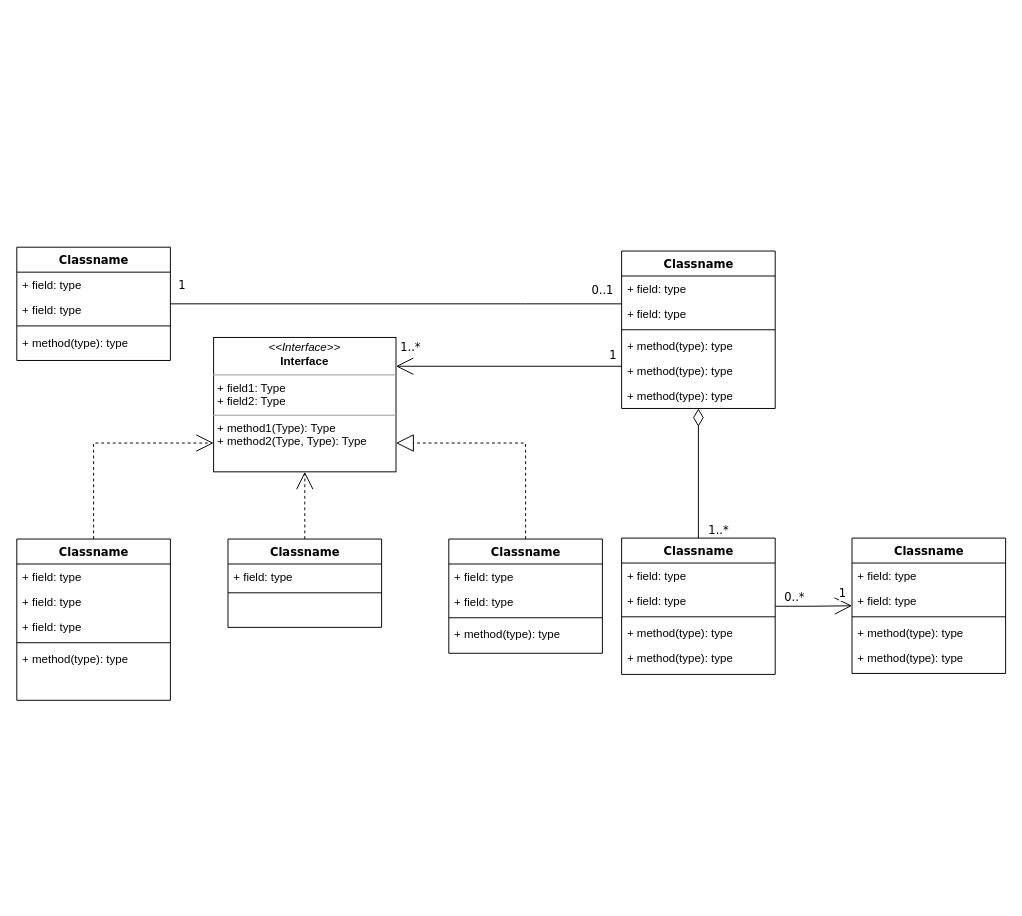
Above: Doc/visuals/uml/class.diagram.lbms.drawio in Bibin02/LBMS (draw.io), before the change. Source tidied: cells renumbered, new cells numbered last; positions are measured from the earlier drawing's top-left corner, leaving out a move shared by most shapes. Both pictures are drawn from the tidied source at 96%, with x=0, y=0 at pixel (16, 247).
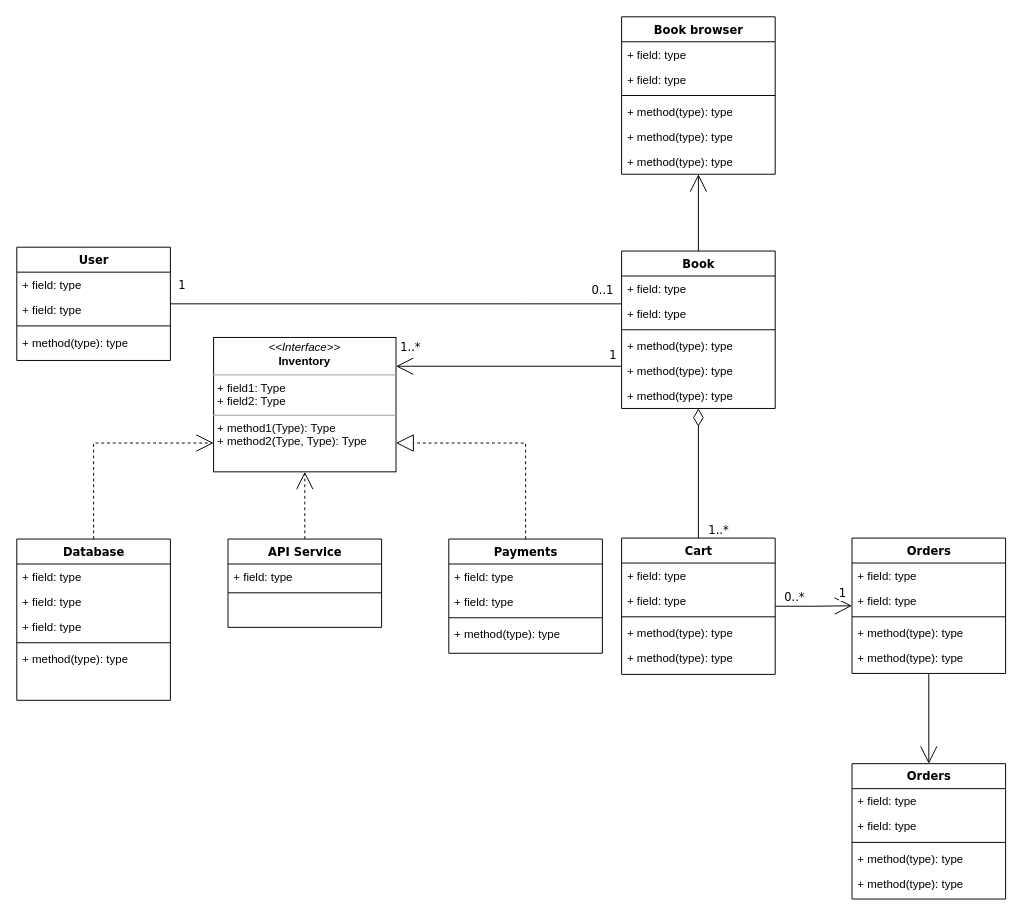
The same page after the edit.

Commit message (it also covers changes not shown here):
Component Diagram proposal 1

Change to the diagram source:
```diff
@@
-    <mxCell id="3" value="Classname" style="swimlane;html=1;fontStyle=1;align=center;verticalAlign=top;horizontal=1;startSize=26;swimlaneFillColor=#ffffff;rounded=0;shadow=0;comic=0;labelBackgroundColor=none;strokeWidth=1;fillColor=none;fontFamily=Verdana;fontSize=12;" parent="1" vertex="1">
+    <mxCell id="3" value="Database" style="swimlane;html=1;fontStyle=1;align=center;verticalAlign=top;horizontal=1;startSize=26;swimlaneFillColor=#ffffff;rounded=0;shadow=0;comic=0;labelBackgroundColor=none;strokeWidth=1;fillColor=none;fontFamily=Verdana;fontSize=12;" parent="1" vertex="1">
       <mxGeometry y="304" width="160" height="168" as="geometry" />
     </mxCell>
@@
-    <mxCell id="9" value="Classname" style="swimlane;html=1;fontStyle=1;align=center;verticalAlign=top;horizontal=1;startSize=26;swimlaneFillColor=#ffffff;rounded=0;shadow=0;comic=0;labelBackgroundColor=none;strokeWidth=1;fillColor=none;fontFamily=Verdana;fontSize=12;" parent="1" vertex="1">
+    <mxCell id="9" value="User" style="swimlane;html=1;fontStyle=1;align=center;verticalAlign=top;horizontal=1;startSize=26;swimlaneFillColor=#ffffff;rounded=0;shadow=0;comic=0;labelBackgroundColor=none;strokeWidth=1;fillColor=none;fontFamily=Verdana;fontSize=12;" parent="1" vertex="1">
       <mxGeometry width="160" height="118" as="geometry" />
     </mxCell>
@@
+    <mxCell id="55" style="edgeStyle=orthogonalEdgeStyle;shape=connector;rounded=0;jettySize=auto;html=1;strokeColor=default;align=center;verticalAlign=middle;fontFamily=Verdana;fontSize=12;fontColor=default;labelBackgroundColor=none;startArrow=none;startFill=0;startSize=8;endArrow=open;endFill=0;endSize=16;" parent="1" edge="1" source="20" target="63">
+      <mxGeometry relative="1" as="geometry" />
+    </mxCell>
-    <mxCell id="20" value="Classname" style="swimlane;html=1;fontStyle=1;align=center;verticalAlign=top;horizontal=1;startSize=26;swimlaneFillColor=#ffffff;rounded=0;shadow=0;comic=0;labelBackgroundColor=none;strokeWidth=1;fillColor=none;fontFamily=Verdana;fontSize=12;" parent="1" vertex="1">
+    <mxCell id="20" value="Book" style="swimlane;html=1;fontStyle=1;align=center;verticalAlign=top;horizontal=1;startSize=26;swimlaneFillColor=#ffffff;rounded=0;shadow=0;comic=0;labelBackgroundColor=none;strokeWidth=1;fillColor=none;fontFamily=Verdana;fontSize=12;" parent="1" vertex="1">
       <mxGeometry x="630" y="4" width="160" height="164" as="geometry" />
     </mxCell>
@@
-    <mxCell id="28" value="Classname" style="swimlane;html=1;fontStyle=1;align=center;verticalAlign=top;horizontal=1;startSize=26;swimlaneFillColor=#ffffff;rounded=0;shadow=0;comic=0;labelBackgroundColor=none;strokeWidth=1;fillColor=none;fontFamily=Verdana;fontSize=12;" parent="1" vertex="1">
+    <mxCell id="28" value="API Service" style="swimlane;html=1;fontStyle=1;align=center;verticalAlign=top;horizontal=1;startSize=26;swimlaneFillColor=#ffffff;rounded=0;shadow=0;comic=0;labelBackgroundColor=none;strokeWidth=1;fillColor=none;fontFamily=Verdana;fontSize=12;" parent="1" vertex="1">
       <mxGeometry x="220" y="304" width="160" height="92" as="geometry" />
     </mxCell>
@@
-    <mxCell id="36" value="Classname" style="swimlane;html=1;fontStyle=1;align=center;verticalAlign=top;horizontal=1;startSize=26;swimlaneFillColor=#ffffff;rounded=0;shadow=0;comic=0;labelBackgroundColor=none;strokeWidth=1;fillColor=none;fontFamily=Verdana;fontSize=12;" parent="1" vertex="1">
+    <mxCell id="36" value="Cart" style="swimlane;html=1;fontStyle=1;align=center;verticalAlign=top;horizontal=1;startSize=26;swimlaneFillColor=#ffffff;rounded=0;shadow=0;comic=0;labelBackgroundColor=none;strokeWidth=1;fillColor=none;fontFamily=Verdana;fontSize=12;" parent="1" vertex="1">
       <mxGeometry x="630" y="303" width="160" height="142" as="geometry" />
     </mxCell>
@@
+    <mxCell id="56" style="edgeStyle=orthogonalEdgeStyle;shape=connector;rounded=0;jettySize=auto;html=1;strokeColor=default;align=center;verticalAlign=middle;fontFamily=Verdana;fontSize=12;fontColor=default;labelBackgroundColor=none;startArrow=none;startFill=0;startSize=8;endArrow=open;endFill=0;endSize=16;" parent="1" edge="1" source="42" target="57">
+      <mxGeometry relative="1" as="geometry" />
+    </mxCell>
-    <mxCell id="42" value="Classname" style="swimlane;html=1;fontStyle=1;align=center;verticalAlign=top;horizontal=1;startSize=26;swimlaneFillColor=#ffffff;rounded=0;shadow=0;comic=0;labelBackgroundColor=none;strokeWidth=1;fillColor=none;fontFamily=Verdana;fontSize=12;" parent="1" vertex="1">
+    <mxCell id="42" value="Orders" style="swimlane;html=1;fontStyle=1;align=center;verticalAlign=top;horizontal=1;startSize=26;swimlaneFillColor=#ffffff;rounded=0;shadow=0;comic=0;labelBackgroundColor=none;strokeWidth=1;fillColor=none;fontFamily=Verdana;fontSize=12;" parent="1" vertex="1">
       <mxGeometry x="870" y="303" width="160" height="141" as="geometry" />
     </mxCell>
@@
-    <mxCell id="49" value="Classname" style="swimlane;html=1;fontStyle=1;align=center;verticalAlign=top;horizontal=1;startSize=26;swimlaneFillColor=#ffffff;rounded=0;shadow=0;comic=0;labelBackgroundColor=none;strokeWidth=1;fillColor=none;fontFamily=Verdana;fontSize=12;" parent="1" vertex="1">
+    <mxCell id="49" value="Payments" style="swimlane;html=1;fontStyle=1;align=center;verticalAlign=top;horizontal=1;startSize=26;swimlaneFillColor=#ffffff;rounded=0;shadow=0;comic=0;labelBackgroundColor=none;strokeWidth=1;fillColor=none;fontFamily=Verdana;fontSize=12;" parent="1" vertex="1">
       <mxGeometry x="450" y="304" width="160" height="119" as="geometry" />
     </mxCell>
@@
-    <mxCell id="54" value="&lt;p style=&quot;margin:0px;margin-top:4px;text-align:center;&quot;&gt;&lt;i&gt;&amp;lt;&amp;lt;Interface&amp;gt;&amp;gt;&lt;/i&gt;&lt;br/&gt;&lt;b&gt;Interface&lt;/b&gt;&lt;/p&gt;&lt;hr size=&quot;1&quot;/&gt;&lt;p style=&quot;margin:0px;margin-left:4px;&quot;&gt;+ field1: Type&lt;br/&gt;+ field2: Type&lt;/p&gt;&lt;hr size=&quot;1&quot;/&gt;&lt;p style=&quot;margin:0px;margin-left:4px;&quot;&gt;+ method1(Type): Type&lt;br/&gt;+ method2(Type, Type): Type&lt;/p&gt;" style="verticalAlign=top;align=left;overflow=fill;fontSize=12;fontFamily=Helvetica;html=1;rounded=0;shadow=0;comic=0;labelBackgroundColor=none;strokeWidth=1;" parent="1" vertex="1">
+    <mxCell id="54" value="&lt;p style=&quot;margin:0px;margin-top:4px;text-align:center;&quot;&gt;&lt;i&gt;&amp;lt;&amp;lt;Interface&amp;gt;&amp;gt;&lt;/i&gt;&lt;br&gt;&lt;b&gt;Inventory&lt;/b&gt;&lt;/p&gt;&lt;hr size=&quot;1&quot;&gt;&lt;p style=&quot;margin:0px;margin-left:4px;&quot;&gt;+ field1: Type&lt;br&gt;+ field2: Type&lt;/p&gt;&lt;hr size=&quot;1&quot;&gt;&lt;p style=&quot;margin:0px;margin-left:4px;&quot;&gt;+ method1(Type): Type&lt;br&gt;+ method2(Type, Type): Type&lt;/p&gt;" style="verticalAlign=top;align=left;overflow=fill;fontSize=12;fontFamily=Helvetica;html=1;rounded=0;shadow=0;comic=0;labelBackgroundColor=none;strokeWidth=1;" parent="1" vertex="1">
       <mxGeometry x="205" y="94" width="190" height="140" as="geometry" />
     </mxCell>
+    <mxCell id="57" value="Orders" style="swimlane;html=1;fontStyle=1;align=center;verticalAlign=top;horizontal=1;startSize=26;swimlaneFillColor=#ffffff;rounded=0;shadow=0;comic=0;labelBackgroundColor=none;strokeWidth=1;fillColor=none;fontFamily=Verdana;fontSize=12;" parent="1" vertex="1">
+      <mxGeometry x="870" y="538" width="160" height="141" as="geometry" />
+    </mxCell>
+    <mxCell id="58" value="+ field: type" style="text;html=1;strokeColor=none;fillColor=none;align=left;verticalAlign=top;spacingLeft=4;spacingRight=4;whiteSpace=wrap;overflow=hidden;" parent="57" vertex="1">
+      <mxGeometry y="26" width="160" height="26" as="geometry" />
+    </mxCell>
+    <mxCell id="59" value="+ field: type" style="text;html=1;strokeColor=none;fillColor=none;align=left;verticalAlign=top;spacingLeft=4;spacingRight=4;whiteSpace=wrap;overflow=hidden;" parent="57" vertex="1">
+      <mxGeometry y="52" width="160" height="26" as="geometry" />
+    </mxCell>
+    <mxCell id="60" style="line;html=1;strokeWidth=1;fillColor=none;align=left;verticalAlign=middle;spacingTop=-1;spacingLeft=3;spacingRight=3;labelPosition=right;" parent="57" vertex="1">
+      <mxGeometry y="78" width="160" height="8" as="geometry" />
+    </mxCell>
+    <mxCell id="61" value="+ method(type): type" style="text;html=1;strokeColor=none;fillColor=none;align=left;verticalAlign=top;spacingLeft=4;spacingRight=4;whiteSpace=wrap;overflow=hidden;" parent="57" vertex="1">
+      <mxGeometry y="86" width="160" height="26" as="geometry" />
+    </mxCell>
+    <mxCell id="62" value="+ method(type): type" style="text;html=1;strokeColor=none;fillColor=none;align=left;verticalAlign=top;spacingLeft=4;spacingRight=4;whiteSpace=wrap;overflow=hidden;" parent="57" vertex="1">
+      <mxGeometry y="112" width="160" height="26" as="geometry" />
+    </mxCell>
+    <mxCell id="63" value="Book browser" style="swimlane;html=1;fontStyle=1;align=center;verticalAlign=top;horizontal=1;startSize=26;swimlaneFillColor=#ffffff;rounded=0;shadow=0;comic=0;labelBackgroundColor=none;strokeWidth=1;fillColor=none;fontFamily=Verdana;fontSize=12;" parent="1" vertex="1">
+      <mxGeometry x="630" y="-240" width="160" height="164" as="geometry" />
+    </mxCell>
+    <mxCell id="64" value="+ field: type" style="text;html=1;strokeColor=none;fillColor=none;align=left;verticalAlign=top;spacingLeft=4;spacingRight=4;whiteSpace=wrap;overflow=hidden;" parent="63" vertex="1">
+      <mxGeometry y="26" width="160" height="26" as="geometry" />
+    </mxCell>
+    <mxCell id="65" value="+ field: type" style="text;html=1;strokeColor=none;fillColor=none;align=left;verticalAlign=top;spacingLeft=4;spacingRight=4;whiteSpace=wrap;overflow=hidden;" parent="63" vertex="1">
+      <mxGeometry y="52" width="160" height="26" as="geometry" />
+    </mxCell>
+    <mxCell id="66" style="line;html=1;strokeWidth=1;fillColor=none;align=left;verticalAlign=middle;spacingTop=-1;spacingLeft=3;spacingRight=3;labelPosition=right;" parent="63" vertex="1">
+      <mxGeometry y="78" width="160" height="8" as="geometry" />
+    </mxCell>
+    <mxCell id="67" value="+ method(type): type" style="text;html=1;strokeColor=none;fillColor=none;align=left;verticalAlign=top;spacingLeft=4;spacingRight=4;whiteSpace=wrap;overflow=hidden;" parent="63" vertex="1">
+      <mxGeometry y="86" width="160" height="26" as="geometry" />
+    </mxCell>
+    <mxCell id="68" value="+ method(type): type" style="text;html=1;strokeColor=none;fillColor=none;align=left;verticalAlign=top;spacingLeft=4;spacingRight=4;whiteSpace=wrap;overflow=hidden;" parent="63" vertex="1">
+      <mxGeometry y="112" width="160" height="26" as="geometry" />
+    </mxCell>
+    <mxCell id="69" value="+ method(type): type" style="text;html=1;strokeColor=none;fillColor=none;align=left;verticalAlign=top;spacingLeft=4;spacingRight=4;whiteSpace=wrap;overflow=hidden;" parent="63" vertex="1">
+      <mxGeometry y="138" width="160" height="26" as="geometry" />
+    </mxCell>
```
